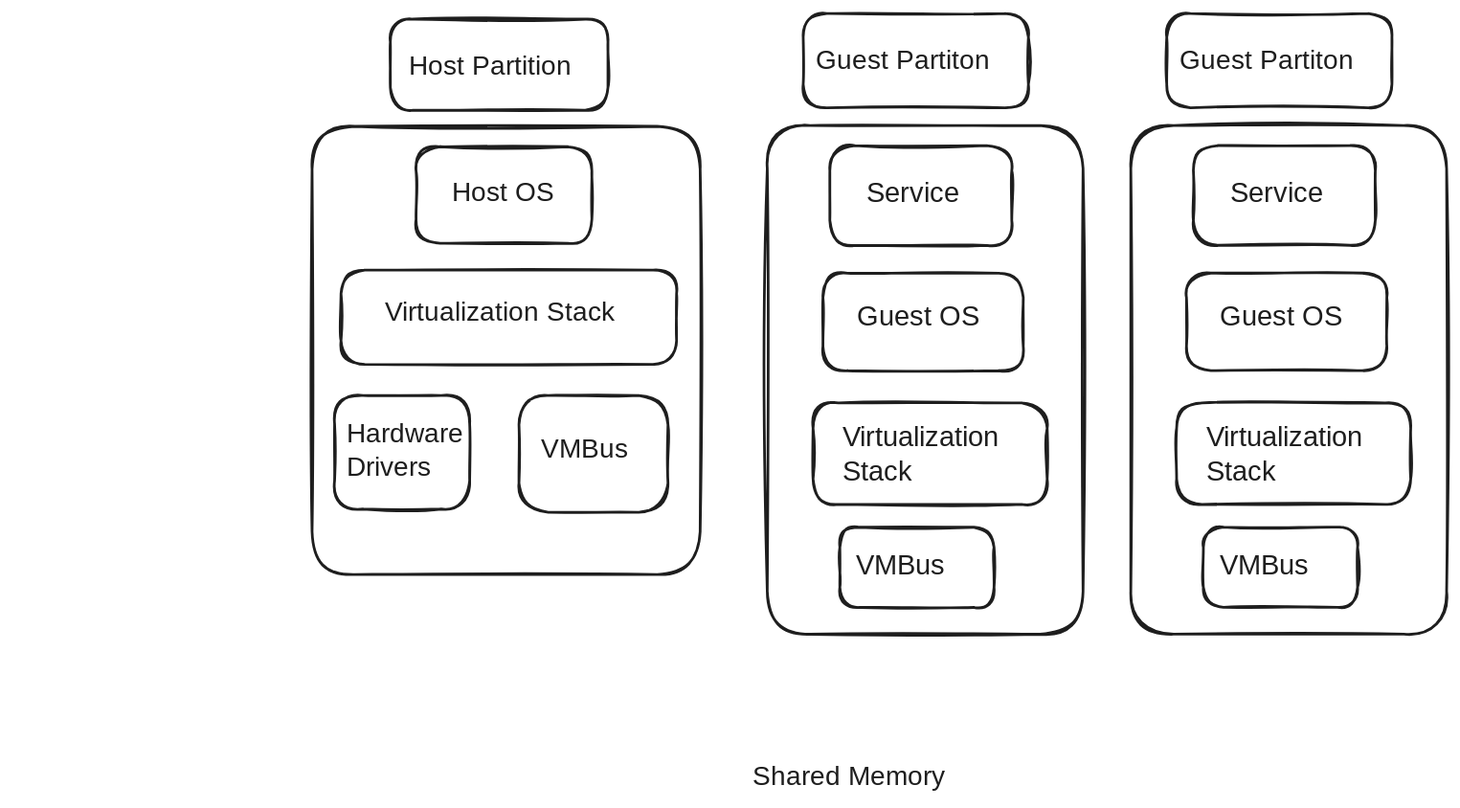
P7XCKD/NF keeps this Excalidraw diagram as Notes Factory/Semister 5/CLD/qb/rough.excalidraw.svg. Above is the earlier version. Source tidied: one line per element, renumbered; positions are measured from the earlier drawing's top-left corner, leaving out a move shared by most shapes.
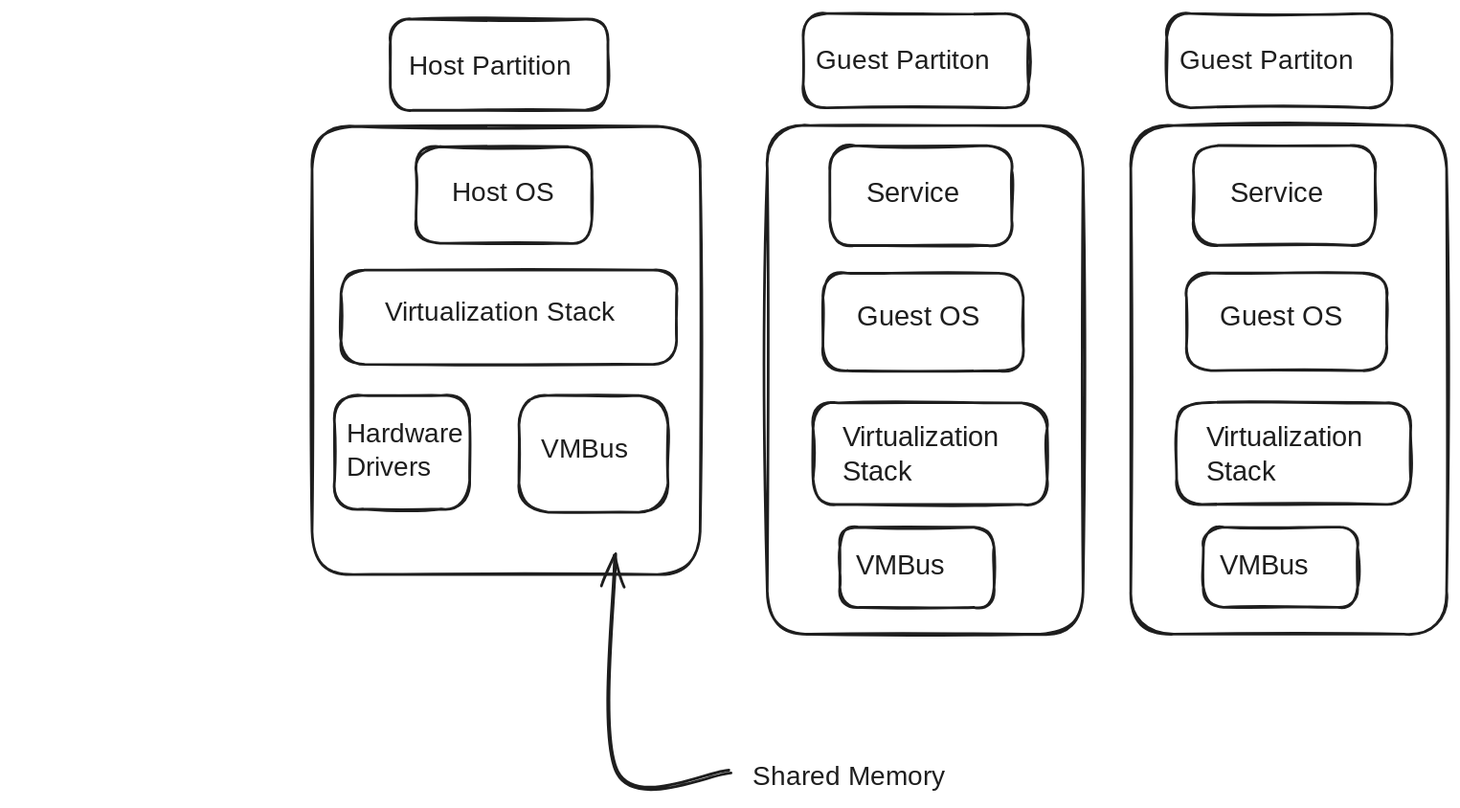
After the commit.

Change to the diagram source:
```diff
@@ -32,3 +32,4 @@
 {"id": 31, "type": "rectangle", "strokeColor": "#1e1e1e", "strokeWidth": 2, "roughness": 1, "round": true, "x": 645, "y": 291, "width": 175, "height": 76}
 {"id": 32, "type": "rectangle", "strokeColor": "#1e1e1e", "strokeWidth": 2, "roughness": 1, "round": true, "x": 665, "y": 383, "width": 115, "height": 60}
 {"id": 33, "type": "text", "text": "Guest Partiton", "strokeColor": "#1e1e1e", "backgroundColor": "#ffffff", "fillStyle": "solid", "strokeWidth": 2, "roughness": 1, "fontSize": 20, "fontFamily": 5, "x": 647, "y": 24, "width": 151, "height": 25}
+{"id": 34, "type": "arrow", "strokeColor": "#1e1e1e", "backgroundColor": "#ffffff", "fillStyle": "solid", "strokeWidth": 2, "roughness": 1, "endArrowhead": "arrow", "round": true, "to": 11, "x": 312, "y": 566, "width": 85, "height": 162, "points": [[0, 0], [-84, 0], [-85, -162]]}
```
